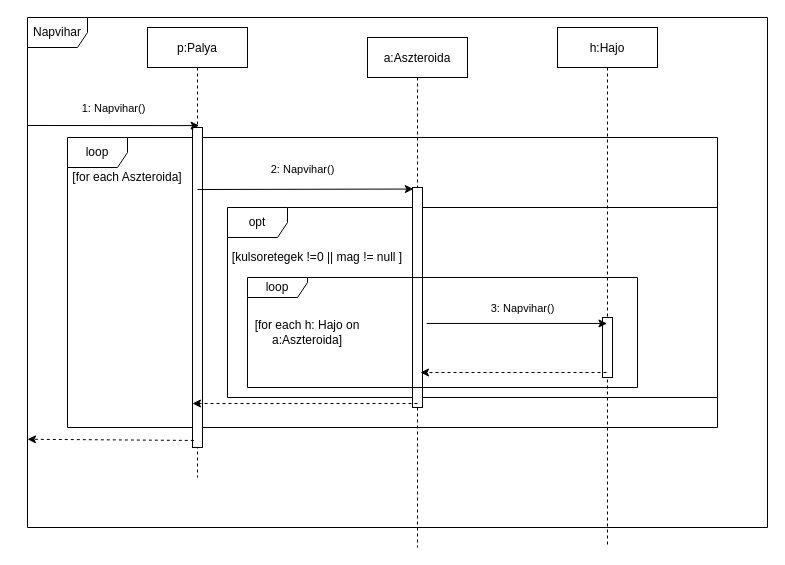
The draw.io diagram doc/uml/sunStorm.drawio in torpeBoiGo/aszteroidabanyaszat, before the edit. Source tidied: cells renumbered, new cells numbered last; positions are measured from the earlier drawing's top-left corner, leaving out a move shared by most shapes. Both pictures are drawn from the tidied source at 100%, with x=0, y=0 at pixel (27, 17).
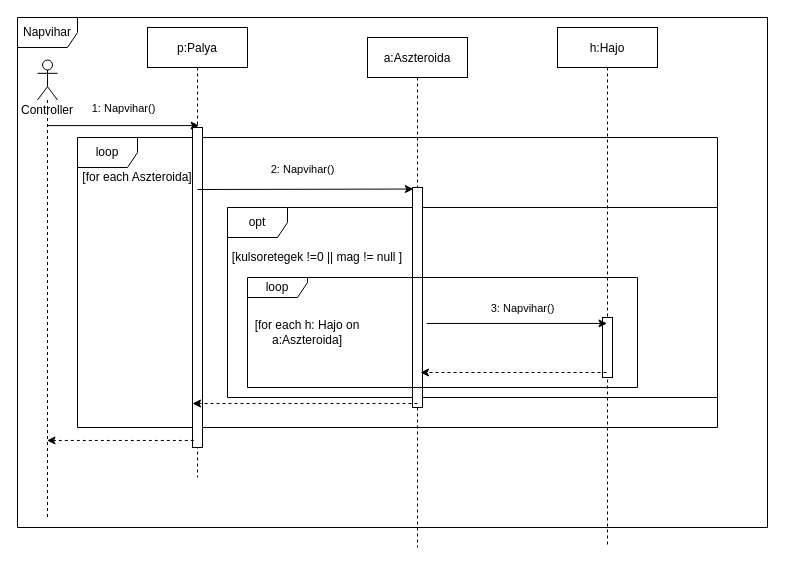
After the change.

Commit message:
aktor hozzáadva

The change refers to these unchanged cells:
```xml
<mxCell id="5" value="p:Palya" style="shape=umlLifeline;perimeter=lifelinePerimeter;rounded=0;shadow=0;strokeWidth=1;" parent="1" vertex="1">
  <mxGeometry x="120" y="10" width="100" height="450" as="geometry" />
</mxCell>
<mxCell id="6" style="points=[];perimeter=orthogonalPerimeter;rounded=0;shadow=0;strokeWidth=1;" parent="5" vertex="1">
  <mxGeometry x="45" y="100" width="10" height="320" as="geometry" />
</mxCell>
```

Diff of the diagram source:
```diff
@@
     <mxCell id="2" value="Napvihar" style="shape=umlFrame;whiteSpace=wrap;html=1;" parent="1" vertex="1">
-      <mxGeometry width="740" height="510" as="geometry" />
+      <mxGeometry x="-10" width="750" height="510" as="geometry" />
     </mxCell>
     <mxCell id="3" value="loop" style="shape=umlFrame;whiteSpace=wrap;html=1;" parent="1" vertex="1">
-      <mxGeometry x="40" y="120" width="650" height="290" as="geometry" />
+      <mxGeometry x="50" y="120" width="640" height="290" as="geometry" />
     </mxCell>
@@
-    <mxCell id="7" value="1: Napvihar()" style="endArrow=classic;html=1;entryX=0.516;entryY=0.218;entryDx=0;entryDy=0;entryPerimeter=0;" parent="1" edge="1" target="5">
+    <mxCell id="7" value="1: Napvihar()" style="endArrow=classic;html=1;entryX=0.516;entryY=0.218;entryDx=0;entryDy=0;entryPerimeter=0;" parent="1" edge="1" source="21" target="5">
       <mxGeometry y="16" relative="1" as="geometry">
-        <mxPoint y="108" as="sourcePoint" />
         <mxPoint y="-1" as="offset" />
       </mxGeometry>
     </mxCell>
     <mxCell id="8" value="[for each Aszteroida]" style="text;html=1;strokeColor=none;fillColor=none;align=center;verticalAlign=middle;whiteSpace=wrap;rounded=0;" parent="1" vertex="1">
-      <mxGeometry x="40" y="150" width="120" height="20" as="geometry" />
+      <mxGeometry x="50" y="150" width="120" height="20" as="geometry" />
     </mxCell>
@@
-    <mxCell id="19" style="endArrow=classic;html=1;dashed=1;exitX=0.133;exitY=0.978;exitDx=0;exitDy=0;exitPerimeter=0;entryX=0;entryY=0.827;entryDx=0;entryDy=0;entryPerimeter=0;" parent="1" edge="1" source="6" target="2">
+    <mxCell id="19" style="endArrow=classic;html=1;dashed=1;exitX=0.133;exitY=0.978;exitDx=0;exitDy=0;exitPerimeter=0;" parent="1" edge="1" source="6" target="21">
       <mxGeometry relative="1" as="geometry" />
     </mxCell>
@@
+    <mxCell id="21" value="Controller" style="shape=umlLifeline;participant=umlActor;perimeter=lifelinePerimeter;whiteSpace=wrap;html=1;verticalAlign=top;spacingTop=36;outlineConnect=0;" parent="1" vertex="1">
+      <mxGeometry x="10" y="42.5" width="20" height="457.5" as="geometry" />
+    </mxCell>
```
